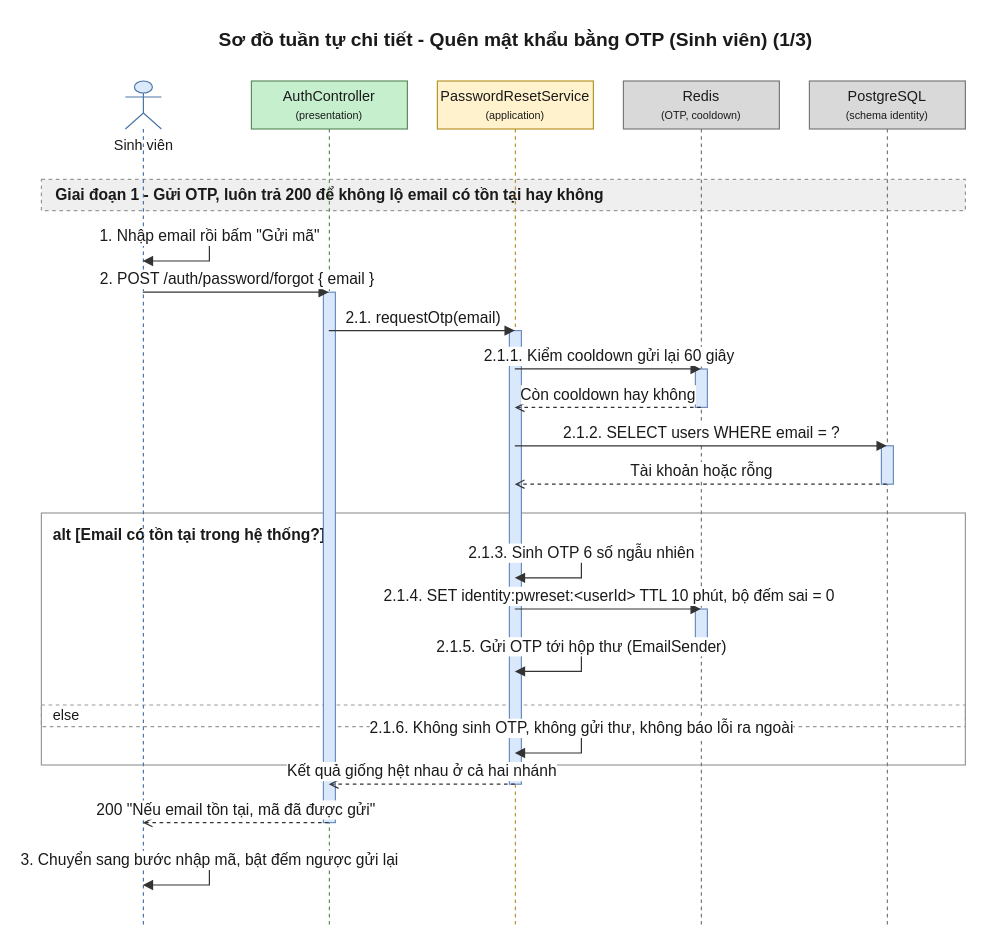
Above: 08-diagram/sequence/user/sequence_user_quen_mat_khau_otp_p1.drawio in daiphu1801/PRJ_ALGOPREP (draw.io), before the change. Source tidied: cells renumbered, new cells numbered last; positions are measured from the earlier drawing's top-left corner, leaving out a move shared by most shapes. Both pictures are drawn from the tidied source at 120%, with x=0, y=0 at pixel (41, 20).
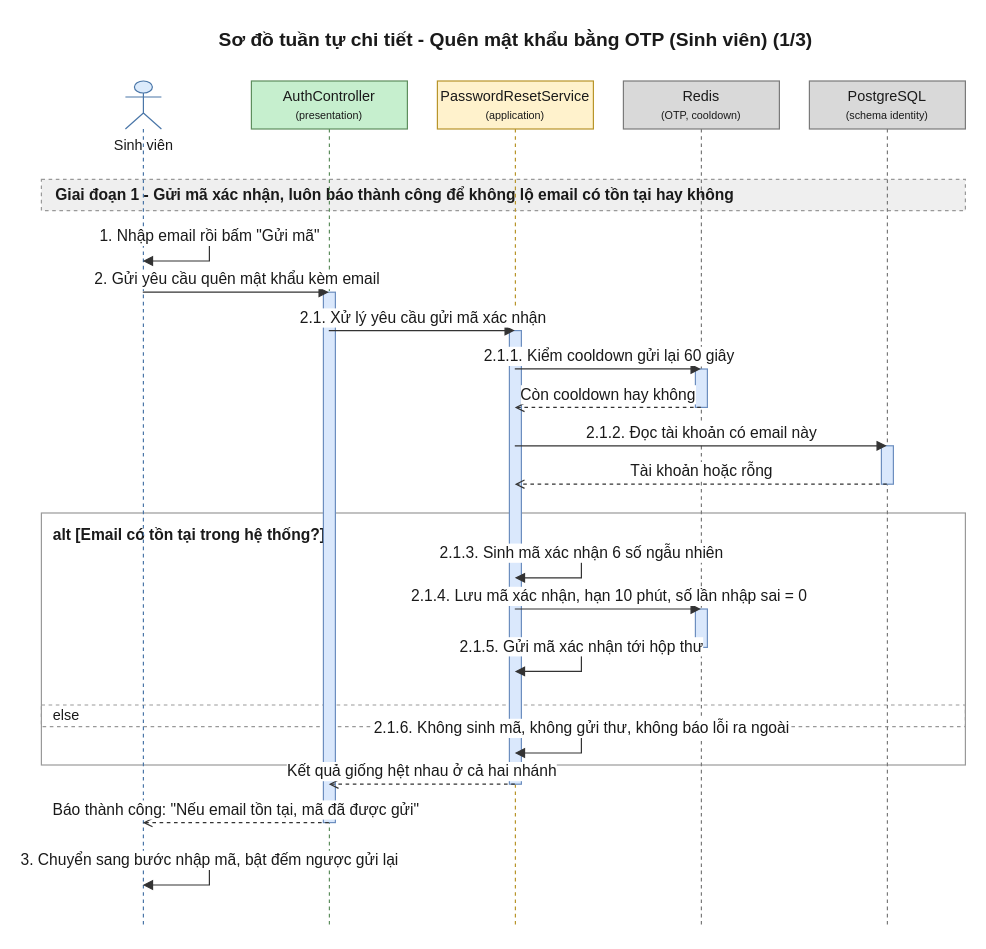
After the change.

Unchanged cells that the change refers to:
```xml
<mxCell id="6" value="Sinh viên" style="shape=umlLifeline;participant=umlActor;perimeter=lifelinePerimeter;html=1;outlineConnect=0;size=40;verticalAlign=top;spacingTop=40;fillColor=#DCEBFC;strokeColor=#4A76A8;fontColor=#1A1A1A;" parent="1" vertex="1">
  <mxGeometry x="70" y="50" width="30" height="706" as="geometry" />
</mxCell>
<mxCell id="7" value="AuthController&lt;br&gt;&lt;font style=&quot;font-size:9px&quot;&gt;(presentation)&lt;/font&gt;" style="shape=umlLifeline;perimeter=lifelinePerimeter;whiteSpace=wrap;html=1;outlineConnect=0;size=40;fillColor=#C6EFCE;strokeColor=#5E8E5E;fontColor=#1A1A1A;" parent="1" vertex="1">
  <mxGeometry x="175" y="50" width="130" height="706" as="geometry" />
</mxCell>
<mxCell id="8" value="PasswordResetService&lt;br&gt;&lt;font style=&quot;font-size:9px&quot;&gt;(application)&lt;/font&gt;" style="shape=umlLifeline;perimeter=lifelinePerimeter;whiteSpace=wrap;html=1;outlineConnect=0;size=40;fillColor=#FFF2CC;strokeColor=#B8952A;fontColor=#1A1A1A;" parent="1" vertex="1">
  <mxGeometry x="330" y="50" width="130" height="706" as="geometry" />
</mxCell>
<mxCell id="9" value="Redis&lt;br&gt;&lt;font style=&quot;font-size:9px&quot;&gt;(OTP, cooldown)&lt;/font&gt;" style="shape=umlLifeline;perimeter=lifelinePerimeter;whiteSpace=wrap;html=1;outlineConnect=0;size=40;fillColor=#D9D9D9;strokeColor=#7A7A7A;fontColor=#1A1A1A;" parent="1" vertex="1">
  <mxGeometry x="485" y="50" width="130" height="706" as="geometry" />
</mxCell>
<mxCell id="10" value="PostgreSQL&lt;br&gt;&lt;font style=&quot;font-size:9px&quot;&gt;(schema identity)&lt;/font&gt;" style="shape=umlLifeline;perimeter=lifelinePerimeter;whiteSpace=wrap;html=1;outlineConnect=0;size=40;fillColor=#D9D9D9;strokeColor=#7A7A7A;fontColor=#1A1A1A;" parent="1" vertex="1">
  <mxGeometry x="640" y="50" width="130" height="706" as="geometry" />
</mxCell>
```

The edit, as a diff of the source:
```diff
@@
-    <mxCell id="5" value="Giai đoạn 1 - Gửi OTP, luôn trả 200 để không lộ email có tồn tại hay không" style="algoprep=phase;rounded=0;whiteSpace=wrap;html=1;fillColor=#EFEFEF;strokeColor=#999999;dashed=1;align=left;verticalAlign=middle;spacingLeft=10;fontColor=#1A1A1A;fontSize=13;fontStyle=1;" parent="1" vertex="1">
+    <mxCell id="5" value="Giai đoạn 1 - Gửi mã xác nhận, luôn báo thành công để không lộ email có tồn tại hay không" style="algoprep=phase;rounded=0;whiteSpace=wrap;html=1;fillColor=#EFEFEF;strokeColor=#999999;dashed=1;align=left;verticalAlign=middle;spacingLeft=10;fontColor=#1A1A1A;fontSize=13;fontStyle=1;" parent="1" vertex="1">
       <mxGeometry y="132" width="770" height="26" as="geometry" />
     </mxCell>
@@
-    <mxCell id="17" value="2. POST /auth/password/forgot { email }" style="edgeStyle=none;html=1;endArrow=block;endFill=1;strokeColor=#333333;fontColor=#1A1A1A;fontSize=13;verticalAlign=bottom;exitX=0.5;exitY=0.2493;exitDx=0;exitDy=0;entryX=0.5;entryY=0.2493;entryDx=0;entryDy=0;" parent="1" edge="1" source="6" target="7">
+    <mxCell id="17" value="2. Gửi yêu cầu quên mật khẩu kèm email" style="edgeStyle=none;html=1;endArrow=block;endFill=1;strokeColor=#333333;fontColor=#1A1A1A;fontSize=13;verticalAlign=bottom;exitX=0.5;exitY=0.2493;exitDx=0;exitDy=0;entryX=0.5;entryY=0.2493;entryDx=0;entryDy=0;" parent="1" edge="1" source="6" target="7">
       <mxGeometry relative="1" as="geometry" />
     </mxCell>
-    <mxCell id="18" value="2.1. requestOtp(email)" style="edgeStyle=none;html=1;endArrow=block;endFill=1;strokeColor=#333333;fontColor=#1A1A1A;fontSize=13;verticalAlign=bottom;exitX=0.5;exitY=0.2946;exitDx=0;exitDy=0;entryX=0.5;entryY=0.2946;entryDx=0;entryDy=0;" parent="1" edge="1" source="7" target="8">
+    <mxCell id="18" value="2.1. Xử lý yêu cầu gửi mã xác nhận" style="edgeStyle=none;html=1;endArrow=block;endFill=1;strokeColor=#333333;fontColor=#1A1A1A;fontSize=13;verticalAlign=bottom;exitX=0.5;exitY=0.2946;exitDx=0;exitDy=0;entryX=0.5;entryY=0.2946;entryDx=0;entryDy=0;" parent="1" edge="1" source="7" target="8">
       <mxGeometry relative="1" as="geometry" />
     </mxCell>
@@
-    <mxCell id="21" value="2.1.2. SELECT users WHERE email = ?" style="edgeStyle=none;html=1;endArrow=block;endFill=1;strokeColor=#333333;fontColor=#1A1A1A;fontSize=13;verticalAlign=bottom;exitX=0.5;exitY=0.4306;exitDx=0;exitDy=0;entryX=0.5;entryY=0.4306;entryDx=0;entryDy=0;" parent="1" edge="1" source="8" target="10">
+    <mxCell id="21" value="2.1.2. Đọc tài khoản có email này" style="edgeStyle=none;html=1;endArrow=block;endFill=1;strokeColor=#333333;fontColor=#1A1A1A;fontSize=13;verticalAlign=bottom;exitX=0.5;exitY=0.4306;exitDx=0;exitDy=0;entryX=0.5;entryY=0.4306;entryDx=0;entryDy=0;" parent="1" edge="1" source="8" target="10">
       <mxGeometry relative="1" as="geometry" />
     </mxCell>
@@
-    <mxCell id="23" value="2.1.3. Sinh OTP 6 số ngẫu nhiên" style="edgeStyle=orthogonalEdgeStyle;rounded=0;html=1;endArrow=block;endFill=1;strokeColor=#333333;fontColor=#1A1A1A;fontSize=13;verticalAlign=bottom;exitX=0.5;exitY=0.5581;exitDx=0;exitDy=0;entryX=0.5;entryY=0.5864;entryDx=0;entryDy=0;" parent="1" edge="1" source="8" target="8">
+    <mxCell id="23" value="2.1.3. Sinh mã xác nhận 6 số ngẫu nhiên" style="edgeStyle=orthogonalEdgeStyle;rounded=0;html=1;endArrow=block;endFill=1;strokeColor=#333333;fontColor=#1A1A1A;fontSize=13;verticalAlign=bottom;exitX=0.5;exitY=0.5581;exitDx=0;exitDy=0;entryX=0.5;entryY=0.5864;entryDx=0;entryDy=0;" parent="1" edge="1" source="8" target="8">
       <mxGeometry relative="1" as="geometry">
         <Array as="points">
           <mxPoint x="450" y="444" />
           <mxPoint x="450" y="464" />
         </Array>
       </mxGeometry>
     </mxCell>
-    <mxCell id="24" value="2.1.4. SET identity:pwreset:&amp;lt;userId&amp;gt; TTL 10 phút, bộ đếm sai = 0" style="edgeStyle=none;html=1;endArrow=block;endFill=1;strokeColor=#333333;fontColor=#1A1A1A;fontSize=13;verticalAlign=bottom;exitX=0.5;exitY=0.6232;exitDx=0;exitDy=0;entryX=0.5;entryY=0.6232;entryDx=0;entryDy=0;" parent="1" edge="1" source="8" target="9">
+    <mxCell id="24" value="2.1.4. Lưu mã xác nhận, hạn 10 phút, số lần nhập sai = 0" style="edgeStyle=none;html=1;endArrow=block;endFill=1;strokeColor=#333333;fontColor=#1A1A1A;fontSize=13;verticalAlign=bottom;exitX=0.5;exitY=0.6232;exitDx=0;exitDy=0;entryX=0.5;entryY=0.6232;entryDx=0;entryDy=0;" parent="1" edge="1" source="8" target="9">
       <mxGeometry relative="1" as="geometry" />
     </mxCell>
-    <mxCell id="25" value="2.1.5. Gửi OTP tới hộp thư (EmailSender)" style="edgeStyle=orthogonalEdgeStyle;rounded=0;html=1;endArrow=block;endFill=1;strokeColor=#333333;fontColor=#1A1A1A;fontSize=13;verticalAlign=bottom;exitX=0.5;exitY=0.6686;exitDx=0;exitDy=0;entryX=0.5;entryY=0.6969;entryDx=0;entryDy=0;" parent="1" edge="1" source="8" target="8">
+    <mxCell id="25" value="2.1.5. Gửi mã xác nhận tới hộp thư" style="edgeStyle=orthogonalEdgeStyle;rounded=0;html=1;endArrow=block;endFill=1;strokeColor=#333333;fontColor=#1A1A1A;fontSize=13;verticalAlign=bottom;exitX=0.5;exitY=0.6686;exitDx=0;exitDy=0;entryX=0.5;entryY=0.6969;entryDx=0;entryDy=0;" parent="1" edge="1" source="8" target="8">
       <mxGeometry relative="1" as="geometry">
         <Array as="points">
           <mxPoint x="450" y="522" />
           <mxPoint x="450" y="542" />
         </Array>
       </mxGeometry>
     </mxCell>
-    <mxCell id="26" value="2.1.6. Không sinh OTP, không gửi thư, không báo lỗi ra ngoài" style="edgeStyle=orthogonalEdgeStyle;rounded=0;html=1;endArrow=block;endFill=1;strokeColor=#333333;fontColor=#1A1A1A;fontSize=13;verticalAlign=bottom;exitX=0.5;exitY=0.7649;exitDx=0;exitDy=0;entryX=0.5;entryY=0.7932;entryDx=0;entryDy=0;" parent="1" edge="1" source="8" target="8">
+    <mxCell id="26" value="2.1.6. Không sinh mã, không gửi thư, không báo lỗi ra ngoài" style="edgeStyle=orthogonalEdgeStyle;rounded=0;html=1;endArrow=block;endFill=1;strokeColor=#333333;fontColor=#1A1A1A;fontSize=13;verticalAlign=bottom;exitX=0.5;exitY=0.7649;exitDx=0;exitDy=0;entryX=0.5;entryY=0.7932;entryDx=0;entryDy=0;" parent="1" edge="1" source="8" target="8">
       <mxGeometry relative="1" as="geometry">
         <Array as="points">
           <mxPoint x="450" y="590" />
           <mxPoint x="450" y="610" />
         </Array>
       </mxGeometry>
     </mxCell>
@@
-    <mxCell id="28" value="200 &quot;Nếu email tồn tại, mã đã được gửi&quot;" style="edgeStyle=none;html=1;endArrow=open;endFill=0;dashed=1;strokeColor=#333333;fontColor=#1A1A1A;fontSize=13;verticalAlign=bottom;exitX=0.5;exitY=0.8754;exitDx=0;exitDy=0;entryX=0.5;entryY=0.8754;entryDx=0;entryDy=0;" parent="1" edge="1" source="7" target="6">
+    <mxCell id="28" value="Báo thành công: &quot;Nếu email tồn tại, mã đã được gửi&quot;" style="edgeStyle=none;html=1;endArrow=open;endFill=0;dashed=1;strokeColor=#333333;fontColor=#1A1A1A;fontSize=13;verticalAlign=bottom;exitX=0.5;exitY=0.8754;exitDx=0;exitDy=0;entryX=0.5;entryY=0.8754;entryDx=0;entryDy=0;" parent="1" edge="1" source="7" target="6">
       <mxGeometry relative="1" as="geometry" />
     </mxCell>
```
